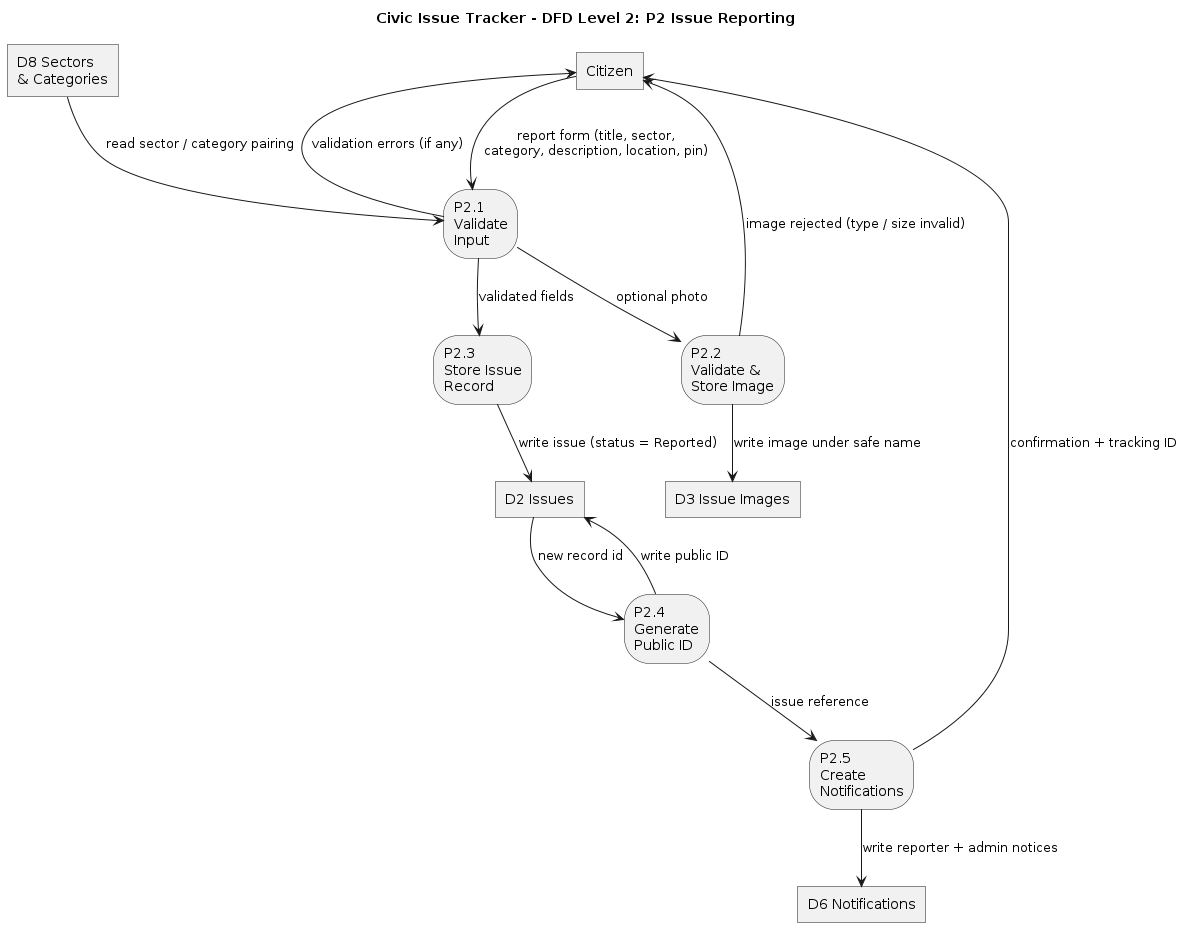
Above: docs/diagrams/dfd-level-2.png in manojkumaranna07-svg/civic-issue-tracker (PlantUML), before the change.
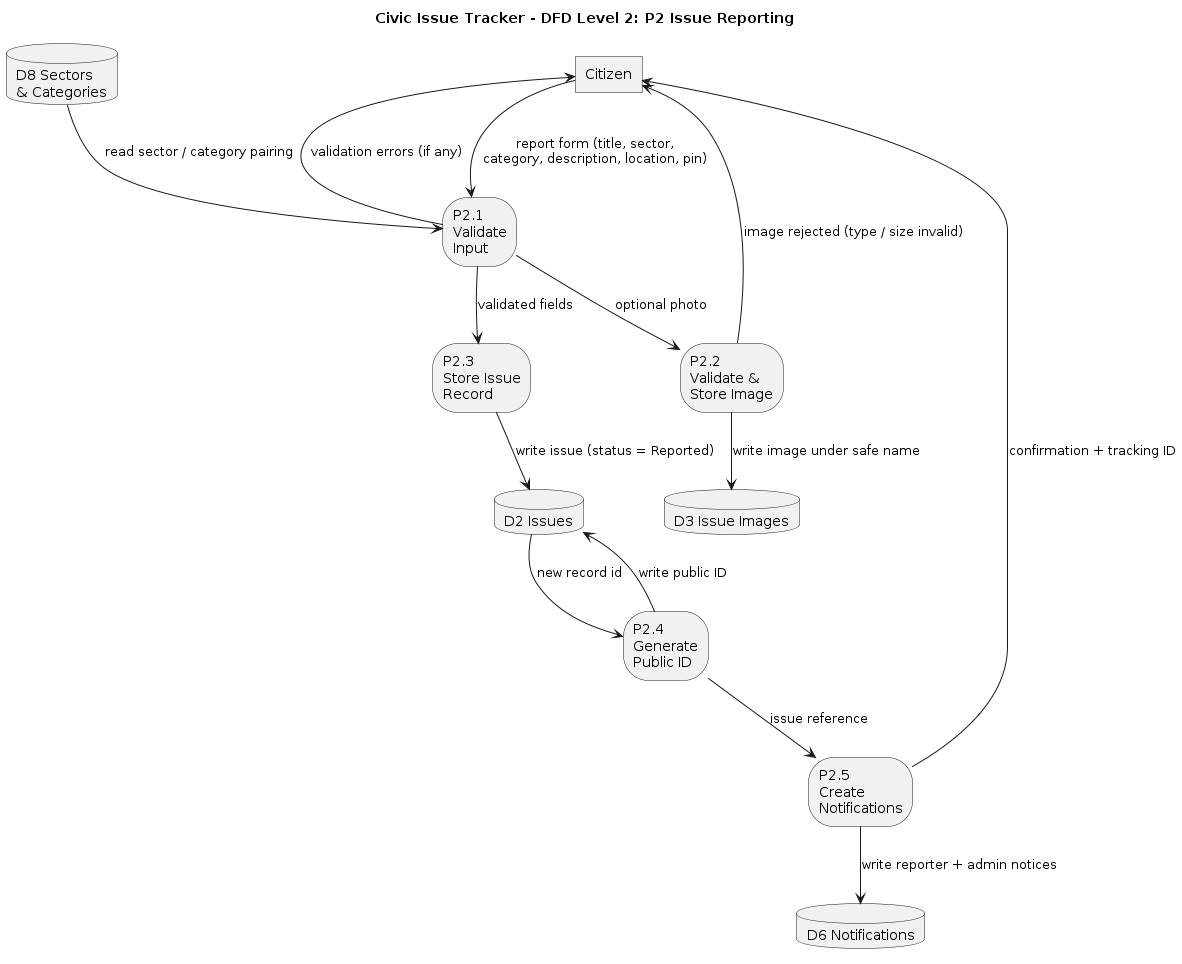
Above is the later version.

The edit, as a diff of the source:
```diff
@@ -18,10 +18,10 @@
 rectangle "P2.4\nGenerate\nPublic ID" as P24 <<process>>
 rectangle "P2.5\nCreate\nNotifications" as P25 <<process>>
 
-rectangle "D2 Issues" as D2
-rectangle "D3 Issue Images" as D3
-rectangle "D6 Notifications" as D6
-rectangle "D8 Sectors\n& Categories" as D8
+database "D2 Issues" as D2
+database "D3 Issue Images" as D3
+database "D6 Notifications" as D6
+database "D8 Sectors\n& Categories" as D8
 
 E1 --> P21 : report form (title, sector,\ncategory, description, location, pin)
 D8 --> P21 : read sector / category pairing
```
